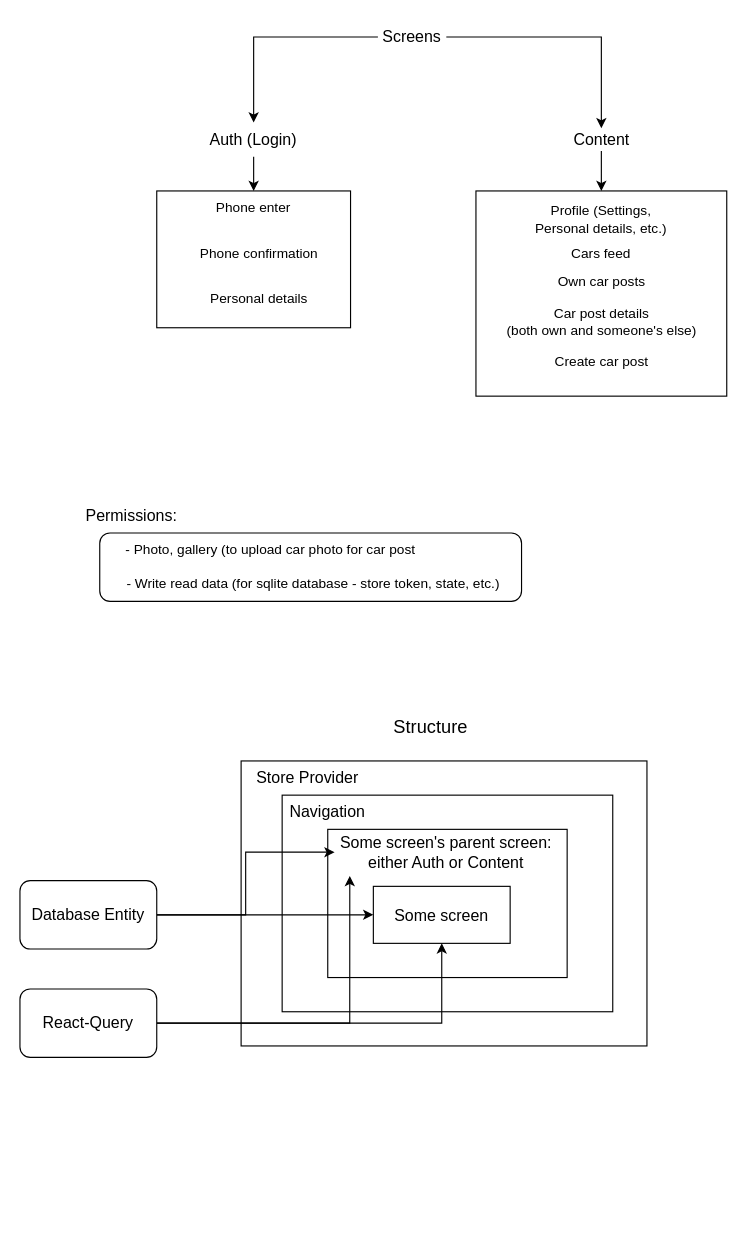
Earlier version of the draw.io diagram page "Structure" (1 of 4) of startup.drawio (Madi-S/kolik). Source tidied: cells renumbered, new cells numbered last; positions are measured from the earlier drawing's top-left corner, leaving out a move shared by most shapes. Both pictures are drawn from the tidied source at 114%, with x=0, y=0 at pixel (19, 19).
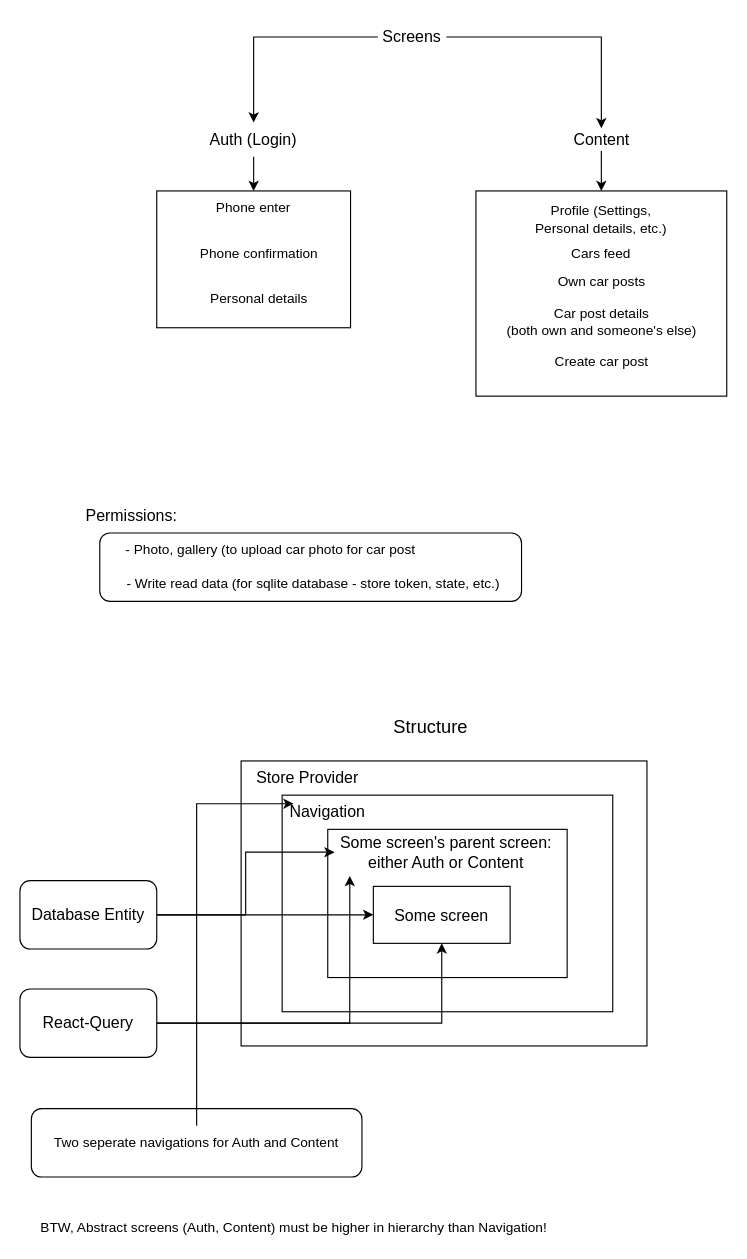
After the change.

The change refers to these unchanged cells:
```xml
<mxCell id="29" value="Navigation" style="text;html=1;strokeColor=none;fillColor=none;align=center;verticalAlign=middle;whiteSpace=wrap;rounded=0;fontSize=14;" parent="1" vertex="1">
  <mxGeometry x="240" y="680" width="60" height="30" as="geometry" />
</mxCell>
```

Diff of the diagram source:
```diff
@@
+    <mxCell id="37" style="rounded=1;whiteSpace=wrap;html=1;" parent="1" vertex="1">
+      <mxGeometry x="10" y="955" width="290" height="60" as="geometry" />
+    </mxCell>
@@
+    <mxCell id="38" style="edgeStyle=orthogonalEdgeStyle;rounded=0;jettySize=auto;html=1;entryX=0;entryY=0.25;entryDx=0;entryDy=0;" parent="1" edge="1" source="39" target="29">
+      <mxGeometry relative="1" as="geometry" />
+    </mxCell>
+    <mxCell id="39" value="Two seperate navigations for Auth and Content" style="text;html=1;strokeColor=none;fillColor=none;align=center;verticalAlign=middle;whiteSpace=wrap;rounded=0;" parent="1" vertex="1">
+      <mxGeometry x="10" y="970" width="290" height="30" as="geometry" />
+    </mxCell>
+    <mxCell id="40" value="BTW, Abstract screens (Auth, Content) must be higher in hierarchy than Navigation!" style="text;html=1;align=center;verticalAlign=middle;strokeColor=none;fillColor=none;" parent="1" vertex="1">
+      <mxGeometry x="10" y="1050" width="460" height="20" as="geometry" />
+    </mxCell>
```
